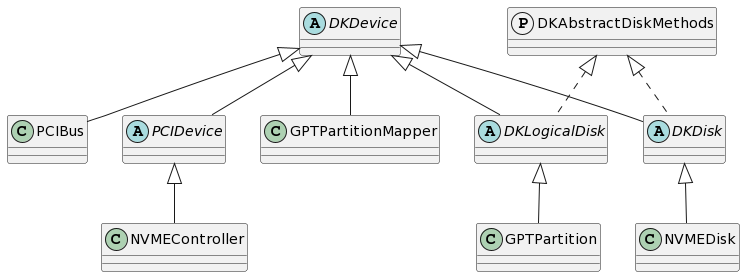
Earlier version of the PlantUML export Docs/storage_hier.png (NetaScale/SCAL-UX). Source of this version:
```plantuml
@startuml
abstract DKDevice
class PCIBus
abstract PCIDevice
class NVMEController
abstract DKDisk
abstract DKLogicalDisk
protocol DKAbstractDiskMethods
class NVMEDisk
class GPTPartitionMapper
class GPTPartition
protocol DKAbstractDiskMethods


DKDevice <|-- PCIBus
DKDevice <|-- PCIDevice
DKDevice <|-- DKDisk
DKDevice <|-- DKLogicalDisk
DKDevice <|-- GPTPartitionMapper
PCIDevice <|-- NVMEController
DKDisk <|-- NVMEDisk
DKLogicalDisk <|-- GPTPartition
DKAbstractDiskMethods <|.. DKLogicalDisk
DKAbstractDiskMethods <|.. DKDisk
@enduml
```
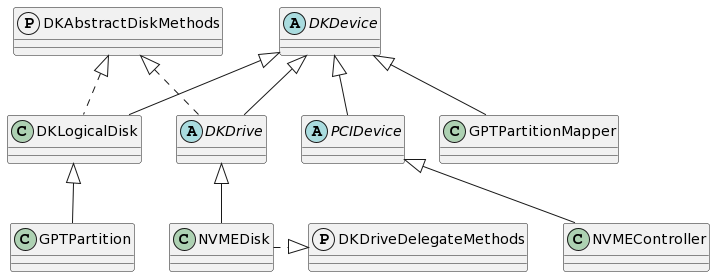
After the commit.

Change to the diagram source:
```diff
@@ -1,25 +1,24 @@
 @startuml
 abstract DKDevice
-class PCIBus
 abstract PCIDevice
 class NVMEController
-abstract DKDisk
-abstract DKLogicalDisk
+abstract DKDrive
+class DKLogicalDisk
 protocol DKAbstractDiskMethods
 class NVMEDisk
 class GPTPartitionMapper
-class GPTPartition
 protocol DKAbstractDiskMethods
+protocol DKDriveDelegateMethods
 
 
-DKDevice <|-- PCIBus
 DKDevice <|-- PCIDevice
-DKDevice <|-- DKDisk
+DKDevice <|-- DKDrive
 DKDevice <|-- DKLogicalDisk
 DKDevice <|-- GPTPartitionMapper
 PCIDevice <|-- NVMEController
-DKDisk <|-- NVMEDisk
+DKDrive <|-- NVMEDisk
 DKLogicalDisk <|-- GPTPartition
 DKAbstractDiskMethods <|.. DKLogicalDisk
-DKAbstractDiskMethods <|.. DKDisk
+DKAbstractDiskMethods <|.. DKDrive
+DKDriveDelegateMethods <|.left.. NVMEDisk
 @enduml
```
